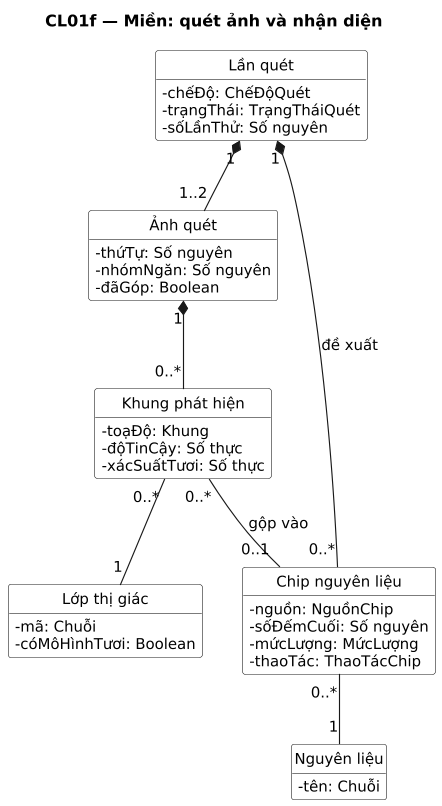
Above: docs/uml/out/class/CL01f-mien-quet-anh.png in NamBuw/Tastoria (PlantUML), before the change. Source of this version:
```plantuml
@startuml
title CL01f — Miền: quét ảnh và nhận diện
skinparam shadowing false
skinparam defaultFontName DejaVu Sans
skinparam defaultFontSize 13
skinparam dpi 110

hide circle
hide empty members
skinparam classAttributeIconSize 0
skinparam ClassBackgroundColor White

class "Lần quét" as LQ {
  -chếĐộ: ChếĐộQuét
  -trạngThái: TrạngTháiQuét
  -sốLầnThử: Số nguyên
}
class "Ảnh quét" as AQ {
  -thứTự: Số nguyên
  -nhómNgăn: Số nguyên
  -đãGóp: Boolean
}
class "Khung phát hiện" as KH {
  -toạĐộ: Khung
  -độTinCậy: Số thực
  -xácSuấtTươi: Số thực
}
class "Chip nguyên liệu" as CHIP {
  -nguồn: NguồnChip
  -sốĐếmCuối: Số nguyên
  -mứcLượng: MứcLượng
  -thaoTác: ThaoTácChip
}
class "Lớp thị giác" as LTG {
  -mã: Chuỗi
  -cóMôHìnhTươi: Boolean
}
class "Nguyên liệu" as NL {
  -tên: Chuỗi
}

LQ "1" *-- "1..2" AQ
AQ "1" *-- "0..*" KH
KH "0..*" -- "1" LTG
KH "0..*" -- "0..1" CHIP : gộp vào
LQ "1" *-- "0..*" CHIP : đề xuất
CHIP "0..*" -- "1" NL
@enduml
```
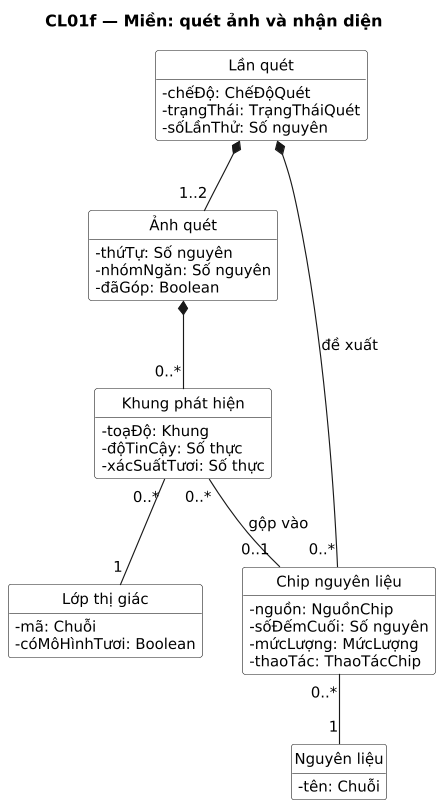
After the commit.

What changed in the source:
```diff
@@ -39,10 +39,10 @@
   -tên: Chuỗi
 }
 
-LQ "1" *-- "1..2" AQ
-AQ "1" *-- "0..*" KH
+LQ *-- "1..2" AQ
+AQ *-- "0..*" KH
 KH "0..*" -- "1" LTG
 KH "0..*" -- "0..1" CHIP : gộp vào
-LQ "1" *-- "0..*" CHIP : đề xuất
+LQ *-- "0..*" CHIP : đề xuất
 CHIP "0..*" -- "1" NL
 @enduml
```
